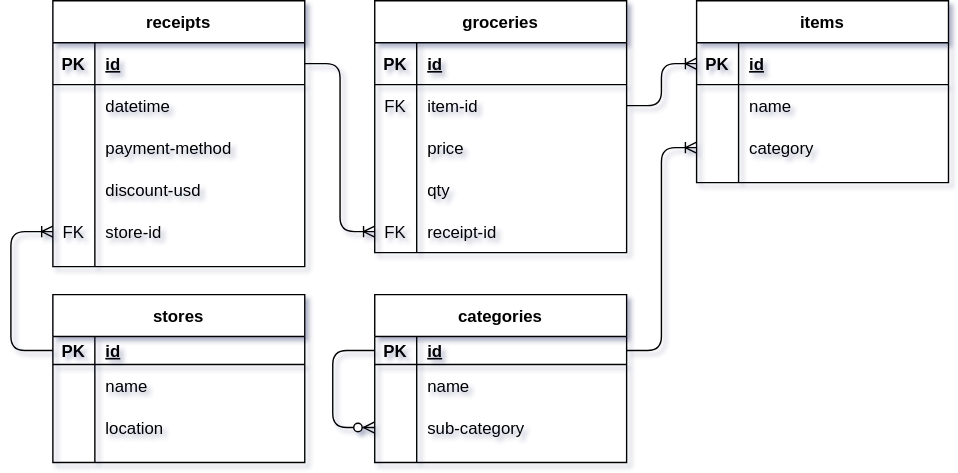
Above: ERD.svg in starbuck93/grocery-purchases-receipts-tracking (draw.io), before the change. Source tidied: cells renumbered, new cells last; positions are measured from the earlier drawing's top-left corner, leaving out a move shared by most shapes. Source of this version:
```xml
<mxGraphModel>
  <root>
    <mxCell id="0" />
    <mxCell id="1" parent="0" />
    <mxCell id="2" style="edgeStyle=elbowEdgeStyle;fontSize=12;html=1;endArrow=ERoneToMany;entryX=0;entryY=0.5;entryDx=0;entryDy=0;" parent="1" edge="1" source="6" target="55">
      <mxGeometry relative="1" as="geometry" />
    </mxCell>
    <mxCell id="3" style="edgeStyle=elbowEdgeStyle;fontSize=12;html=1;endArrow=ERoneToMany;entryX=0;entryY=0.5;entryDx=0;entryDy=0;exitX=0;exitY=0.5;exitDx=0;exitDy=0;" parent="1" edge="1" source="33" target="18">
      <mxGeometry relative="1" as="geometry">
        <Array as="points">
          <mxPoint y="220" />
        </Array>
      </mxGeometry>
    </mxCell>
    <mxCell id="4" style="edgeStyle=elbowEdgeStyle;fontSize=12;html=1;endArrow=ERoneToMany;exitX=1;exitY=0.5;exitDx=0;exitDy=0;" parent="1" edge="1" source="59" target="28">
      <mxGeometry relative="1" as="geometry" />
    </mxCell>
    <mxCell id="5" value="receipts" style="shape=table;startSize=30;rowLines=0;fontStyle=1;align=center;" parent="1" vertex="1">
      <mxGeometry x="30" width="180" height="190" as="geometry" />
    </mxCell>
    <mxCell id="6" style="shape=partialRectangle;fillColor=none;top=0;left=0;bottom=1;right=0;points=[[0,0.5],[1,0.5]];portConstraint=eastwest;" parent="5" vertex="1">
      <mxGeometry y="30" width="180" height="30" as="geometry" />
    </mxCell>
    <mxCell id="7" value="PK" style="shape=partialRectangle;fillColor=none;top=0;left=0;bottom=0;right=0;fontStyle=1;overflow=hidden;" parent="6" vertex="1">
      <mxGeometry width="30" height="30" as="geometry" />
    </mxCell>
    <mxCell id="8" value="id" style="shape=partialRectangle;fillColor=none;top=0;left=0;bottom=0;right=0;align=left;spacingLeft=6;fontStyle=5;overflow=hidden;" parent="6" vertex="1">
      <mxGeometry x="30" width="150" height="30" as="geometry" />
    </mxCell>
    <mxCell id="9" style="shape=partialRectangle;fillColor=none;top=0;left=0;bottom=0;right=0;" parent="5" vertex="1">
      <mxGeometry y="60" width="180" height="30" as="geometry" />
    </mxCell>
    <mxCell id="10" style="shape=partialRectangle;fillColor=none;top=0;left=0;bottom=0;right=0;overflow=hidden;" parent="9" vertex="1">
      <mxGeometry width="30" height="30" as="geometry" />
    </mxCell>
    <mxCell id="11" value="datetime" style="shape=partialRectangle;fillColor=none;top=0;left=0;bottom=0;right=0;align=left;spacingLeft=6;overflow=hidden;" parent="9" vertex="1">
      <mxGeometry x="30" width="150" height="30" as="geometry" />
    </mxCell>
    <mxCell id="12" style="shape=partialRectangle;fillColor=none;top=0;left=0;bottom=0;right=0;" parent="5" vertex="1">
      <mxGeometry y="90" width="180" height="30" as="geometry" />
    </mxCell>
    <mxCell id="13" style="shape=partialRectangle;fillColor=none;top=0;left=0;bottom=0;right=0;overflow=hidden;" parent="12" vertex="1">
      <mxGeometry width="30" height="30" as="geometry" />
    </mxCell>
    <mxCell id="14" value="payment-method" style="shape=partialRectangle;fillColor=none;top=0;left=0;bottom=0;right=0;align=left;spacingLeft=6;overflow=hidden;" parent="12" vertex="1">
      <mxGeometry x="30" width="150" height="30" as="geometry" />
    </mxCell>
    <mxCell id="15" style="shape=partialRectangle;fillColor=none;top=0;left=0;bottom=0;right=0;" parent="5" vertex="1">
      <mxGeometry y="120" width="180" height="30" as="geometry" />
    </mxCell>
    <mxCell id="16" style="shape=partialRectangle;fillColor=none;top=0;left=0;bottom=0;right=0;overflow=hidden;" parent="15" vertex="1">
      <mxGeometry width="30" height="30" as="geometry" />
    </mxCell>
    <mxCell id="17" value="discount-usd" style="shape=partialRectangle;fillColor=none;top=0;left=0;bottom=0;right=0;align=left;spacingLeft=6;overflow=hidden;" parent="15" vertex="1">
      <mxGeometry x="30" width="150" height="30" as="geometry" />
    </mxCell>
    <mxCell id="18" style="shape=partialRectangle;fillColor=none;top=0;left=0;bottom=0;right=0;points=[[0,0.5],[1,0.5]];portConstraint=eastwest;" parent="5" vertex="1">
      <mxGeometry y="150" width="180" height="30" as="geometry" />
    </mxCell>
    <mxCell id="19" value="FK" style="shape=partialRectangle;fillColor=none;top=0;left=0;bottom=0;right=0;fontStyle=0;overflow=hidden;" parent="18" vertex="1">
      <mxGeometry width="30" height="30" as="geometry" />
    </mxCell>
    <mxCell id="20" value="store-id" style="shape=partialRectangle;fillColor=none;top=0;left=0;bottom=0;right=0;align=left;spacingLeft=6;fontStyle=0;overflow=hidden;" parent="18" vertex="1">
      <mxGeometry x="30" width="150" height="30" as="geometry" />
    </mxCell>
    <mxCell id="21" value="items" style="shape=table;startSize=30;rowLines=0;fontStyle=1;align=center;" parent="1" vertex="1">
      <mxGeometry x="490" width="180" height="130" as="geometry" />
    </mxCell>
    <mxCell id="22" style="shape=partialRectangle;fillColor=none;top=0;left=0;bottom=1;right=0;points=[[0,0.5],[1,0.5]];portConstraint=eastwest;" parent="21" vertex="1">
      <mxGeometry y="30" width="180" height="30" as="geometry" />
    </mxCell>
    <mxCell id="23" value="PK" style="shape=partialRectangle;fillColor=none;top=0;left=0;bottom=0;right=0;fontStyle=1;overflow=hidden;" parent="22" vertex="1">
      <mxGeometry width="30" height="30" as="geometry" />
    </mxCell>
    <mxCell id="24" value="id" style="shape=partialRectangle;fillColor=none;top=0;left=0;bottom=0;right=0;align=left;spacingLeft=6;fontStyle=5;overflow=hidden;" parent="22" vertex="1">
      <mxGeometry x="30" width="150" height="30" as="geometry" />
    </mxCell>
    <mxCell id="25" style="shape=partialRectangle;fillColor=none;top=0;left=0;bottom=0;right=0;" parent="21" vertex="1">
      <mxGeometry y="60" width="180" height="30" as="geometry" />
    </mxCell>
    <mxCell id="26" style="shape=partialRectangle;fillColor=none;top=0;left=0;bottom=0;right=0;overflow=hidden;" parent="25" vertex="1">
      <mxGeometry width="30" height="30" as="geometry" />
    </mxCell>
    <mxCell id="27" value="name" style="shape=partialRectangle;fillColor=none;top=0;left=0;bottom=0;right=0;align=left;spacingLeft=6;overflow=hidden;" parent="25" vertex="1">
      <mxGeometry x="30" width="150" height="30" as="geometry" />
    </mxCell>
    <mxCell id="28" style="shape=partialRectangle;fillColor=none;top=0;left=0;bottom=0;right=0;points=[[0,0.5],[1,0.5]];portConstraint=eastwest;" parent="21" vertex="1">
      <mxGeometry y="90" width="180" height="30" as="geometry" />
    </mxCell>
    <mxCell id="29" style="shape=partialRectangle;fillColor=none;top=0;left=0;bottom=0;right=0;overflow=hidden;" parent="28" vertex="1">
      <mxGeometry width="30" height="30" as="geometry" />
    </mxCell>
    <mxCell id="30" value="category" style="shape=partialRectangle;fillColor=none;top=0;left=0;bottom=0;right=0;align=left;spacingLeft=6;overflow=hidden;" parent="28" vertex="1">
      <mxGeometry x="30" width="150" height="30" as="geometry" />
    </mxCell>
    <mxCell id="31" style="edgeStyle=elbowEdgeStyle;rounded=1;jettySize=auto;html=1;exitX=1;exitY=0.5;exitDx=0;exitDy=0;endArrow=ERoneToMany;endFill=0;" parent="1" edge="1" source="46" target="22">
      <mxGeometry relative="1" as="geometry" />
    </mxCell>
    <mxCell id="32" value="stores" style="shape=table;startSize=30;rowLines=0;fontStyle=1;align=center;" parent="1" vertex="1">
      <mxGeometry x="30" y="210" width="180" height="120" as="geometry" />
    </mxCell>
    <mxCell id="33" style="shape=partialRectangle;fillColor=none;top=0;left=0;bottom=1;right=0;points=[[0,0.5],[1,0.5]];portConstraint=eastwest;" parent="32" vertex="1">
      <mxGeometry y="30" width="180" height="20" as="geometry" />
    </mxCell>
    <mxCell id="34" value="PK" style="shape=partialRectangle;fillColor=none;top=0;left=0;bottom=0;right=0;fontStyle=1;overflow=hidden;" parent="33" vertex="1">
      <mxGeometry width="30" height="20" as="geometry" />
    </mxCell>
    <mxCell id="35" value="id" style="shape=partialRectangle;fillColor=none;top=0;left=0;bottom=0;right=0;align=left;spacingLeft=6;fontStyle=5;overflow=hidden;" parent="33" vertex="1">
      <mxGeometry x="30" width="150" height="20" as="geometry" />
    </mxCell>
    <mxCell id="36" style="shape=partialRectangle;fillColor=none;top=0;left=0;bottom=0;right=0;" parent="32" vertex="1">
      <mxGeometry y="50" width="180" height="30" as="geometry" />
    </mxCell>
    <mxCell id="37" style="shape=partialRectangle;fillColor=none;top=0;left=0;bottom=0;right=0;overflow=hidden;" parent="36" vertex="1">
      <mxGeometry width="30" height="30" as="geometry" />
    </mxCell>
    <mxCell id="38" value="name" style="shape=partialRectangle;fillColor=none;top=0;left=0;bottom=0;right=0;align=left;spacingLeft=6;overflow=hidden;" parent="36" vertex="1">
      <mxGeometry x="30" width="150" height="30" as="geometry" />
    </mxCell>
    <mxCell id="39" style="shape=partialRectangle;fillColor=none;top=0;left=0;bottom=0;right=0;" parent="32" vertex="1">
      <mxGeometry y="80" width="180" height="30" as="geometry" />
    </mxCell>
    <mxCell id="40" style="shape=partialRectangle;fillColor=none;top=0;left=0;bottom=0;right=0;overflow=hidden;" parent="39" vertex="1">
      <mxGeometry width="30" height="30" as="geometry" />
    </mxCell>
    <mxCell id="41" value="location" style="shape=partialRectangle;fillColor=none;top=0;left=0;bottom=0;right=0;align=left;spacingLeft=6;overflow=hidden;" parent="39" vertex="1">
      <mxGeometry x="30" width="150" height="30" as="geometry" />
    </mxCell>
    <mxCell id="42" value="groceries" style="shape=table;startSize=30;rowLines=0;fontStyle=1;align=center;" parent="1" vertex="1">
      <mxGeometry x="260" width="180" height="180" as="geometry" />
    </mxCell>
    <mxCell id="43" style="shape=partialRectangle;fillColor=none;top=0;left=0;bottom=1;right=0;" parent="42" vertex="1">
      <mxGeometry y="30" width="180" height="30" as="geometry" />
    </mxCell>
    <mxCell id="44" value="PK" style="shape=partialRectangle;fillColor=none;top=0;left=0;bottom=0;right=0;fontStyle=1;overflow=hidden;" parent="43" vertex="1">
      <mxGeometry width="30" height="30" as="geometry" />
    </mxCell>
    <mxCell id="45" value="id" style="shape=partialRectangle;fillColor=none;top=0;left=0;bottom=0;right=0;align=left;spacingLeft=6;fontStyle=5;overflow=hidden;" parent="43" vertex="1">
      <mxGeometry x="30" width="150" height="30" as="geometry" />
    </mxCell>
    <mxCell id="46" style="shape=partialRectangle;fillColor=none;top=0;left=0;bottom=0;right=0;points=[[0,0.5],[1,0.5]];portConstraint=eastwest;" parent="42" vertex="1">
      <mxGeometry y="60" width="180" height="30" as="geometry" />
    </mxCell>
    <mxCell id="47" value="FK" style="shape=partialRectangle;fillColor=none;top=0;left=0;bottom=0;right=0;fontStyle=0;overflow=hidden;" parent="46" vertex="1">
      <mxGeometry width="30" height="30" as="geometry" />
    </mxCell>
    <mxCell id="48" value="item-id" style="shape=partialRectangle;fillColor=none;top=0;left=0;bottom=0;right=0;align=left;spacingLeft=6;fontStyle=0;overflow=hidden;" parent="46" vertex="1">
      <mxGeometry x="30" width="150" height="30" as="geometry" />
    </mxCell>
    <mxCell id="49" style="shape=partialRectangle;fillColor=none;top=0;left=0;bottom=0;right=0;" parent="42" vertex="1">
      <mxGeometry y="90" width="180" height="30" as="geometry" />
    </mxCell>
    <mxCell id="50" style="shape=partialRectangle;fillColor=none;top=0;left=0;bottom=0;right=0;overflow=hidden;" parent="49" vertex="1">
      <mxGeometry width="30" height="30" as="geometry" />
    </mxCell>
    <mxCell id="51" value="price" style="shape=partialRectangle;fillColor=none;top=0;left=0;bottom=0;right=0;align=left;spacingLeft=6;overflow=hidden;" parent="49" vertex="1">
      <mxGeometry x="30" width="150" height="30" as="geometry" />
    </mxCell>
    <mxCell id="52" style="shape=partialRectangle;fillColor=none;top=0;left=0;bottom=0;right=0;" parent="42" vertex="1">
      <mxGeometry y="120" width="180" height="30" as="geometry" />
    </mxCell>
    <mxCell id="53" style="shape=partialRectangle;fillColor=none;top=0;left=0;bottom=0;right=0;overflow=hidden;" parent="52" vertex="1">
      <mxGeometry width="30" height="30" as="geometry" />
    </mxCell>
    <mxCell id="54" value="qty" style="shape=partialRectangle;fillColor=none;top=0;left=0;bottom=0;right=0;align=left;spacingLeft=6;overflow=hidden;" parent="52" vertex="1">
      <mxGeometry x="30" width="150" height="30" as="geometry" />
    </mxCell>
    <mxCell id="55" style="shape=partialRectangle;fillColor=none;top=0;left=0;bottom=0;right=0;points=[[0,0.5],[1,0.5]];portConstraint=eastwest;" parent="42" vertex="1">
      <mxGeometry y="150" width="180" height="30" as="geometry" />
    </mxCell>
    <mxCell id="56" value="FK" style="shape=partialRectangle;fillColor=none;top=0;left=0;bottom=0;right=0;fontStyle=0;overflow=hidden;" parent="55" vertex="1">
      <mxGeometry width="30" height="30" as="geometry" />
    </mxCell>
    <mxCell id="57" value="receipt-id" style="shape=partialRectangle;fillColor=none;top=0;left=0;bottom=0;right=0;align=left;spacingLeft=6;fontStyle=0;overflow=hidden;" parent="55" vertex="1">
      <mxGeometry x="30" width="150" height="30" as="geometry" />
    </mxCell>
    <mxCell id="58" value="categories" style="shape=table;startSize=30;rowLines=0;fontStyle=1;align=center;" parent="1" vertex="1">
      <mxGeometry x="260" y="210" width="180" height="120" as="geometry" />
    </mxCell>
    <mxCell id="59" style="shape=partialRectangle;fillColor=none;top=0;left=0;bottom=1;right=0;points=[[0,0.5],[1,0.5]];portConstraint=eastwest;" parent="58" vertex="1">
      <mxGeometry y="30" width="180" height="20" as="geometry" />
    </mxCell>
    <mxCell id="60" value="PK" style="shape=partialRectangle;fillColor=none;top=0;left=0;bottom=0;right=0;fontStyle=1;overflow=hidden;" parent="59" vertex="1">
      <mxGeometry width="30" height="20" as="geometry" />
    </mxCell>
    <mxCell id="61" value="id" style="shape=partialRectangle;fillColor=none;top=0;left=0;bottom=0;right=0;align=left;spacingLeft=6;fontStyle=5;overflow=hidden;" parent="59" vertex="1">
      <mxGeometry x="30" width="150" height="20" as="geometry" />
    </mxCell>
    <mxCell id="62" style="shape=partialRectangle;fillColor=none;top=0;left=0;bottom=0;right=0;" parent="58" vertex="1">
      <mxGeometry y="50" width="180" height="30" as="geometry" />
    </mxCell>
    <mxCell id="63" style="shape=partialRectangle;fillColor=none;top=0;left=0;bottom=0;right=0;overflow=hidden;" parent="62" vertex="1">
      <mxGeometry width="30" height="30" as="geometry" />
    </mxCell>
    <mxCell id="64" value="name" style="shape=partialRectangle;fillColor=none;top=0;left=0;bottom=0;right=0;align=left;spacingLeft=6;overflow=hidden;" parent="62" vertex="1">
      <mxGeometry x="30" width="150" height="30" as="geometry" />
    </mxCell>
    <mxCell id="65" style="shape=partialRectangle;fillColor=none;top=0;left=0;bottom=0;right=0;points=[[0,0.5],[1,0.5]];portConstraint=eastwest;" parent="58" vertex="1">
      <mxGeometry y="80" width="180" height="30" as="geometry" />
    </mxCell>
    <mxCell id="66" style="shape=partialRectangle;fillColor=none;top=0;left=0;bottom=0;right=0;overflow=hidden;" parent="65" vertex="1">
      <mxGeometry width="30" height="30" as="geometry" />
    </mxCell>
    <mxCell id="67" value="sub-category" style="shape=partialRectangle;fillColor=none;top=0;left=0;bottom=0;right=0;align=left;spacingLeft=6;overflow=hidden;" parent="65" vertex="1">
      <mxGeometry x="30" width="150" height="30" as="geometry" />
    </mxCell>
    <mxCell id="68" style="edgeStyle=elbowEdgeStyle;fontSize=12;html=1;endArrow=ERzeroToMany;endFill=1;entryX=0;entryY=0.5;entryDx=0;entryDy=0;exitX=0;exitY=0.5;exitDx=0;exitDy=0;" parent="58" edge="1" source="59" target="65">
      <mxGeometry relative="1" as="geometry">
        <Array as="points">
          <mxPoint x="-30" y="70" />
          <mxPoint x="-50" y="68" />
        </Array>
      </mxGeometry>
    </mxCell>
  </root>
</mxGraphModel>
```
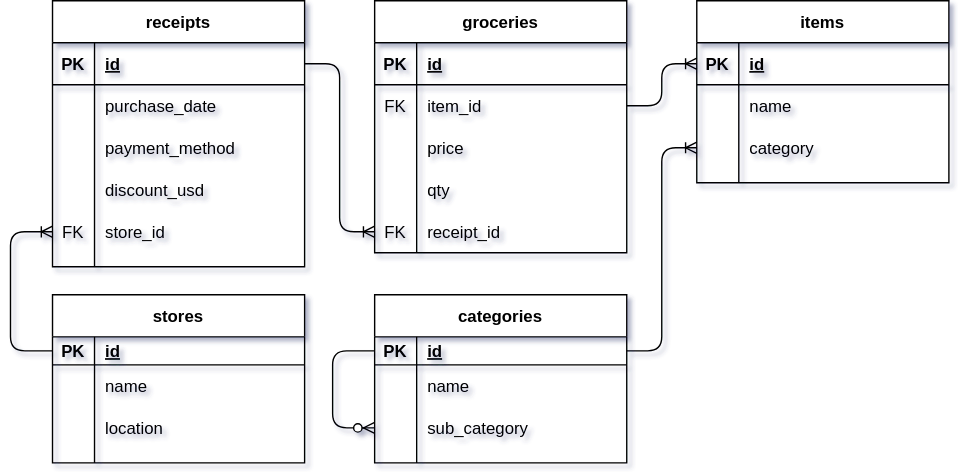
Above is the later version.

Change to the diagram source:
```diff
@@ -33,7 +33,7 @@
     <mxCell id="10" style="shape=partialRectangle;fillColor=none;top=0;left=0;bottom=0;right=0;overflow=hidden;" parent="9" vertex="1">
       <mxGeometry width="30" height="30" as="geometry" />
     </mxCell>
-    <mxCell id="11" value="datetime" style="shape=partialRectangle;fillColor=none;top=0;left=0;bottom=0;right=0;align=left;spacingLeft=6;overflow=hidden;" parent="9" vertex="1">
+    <mxCell id="11" value="purchase_date" style="shape=partialRectangle;fillColor=none;top=0;left=0;bottom=0;right=0;align=left;spacingLeft=6;overflow=hidden;" parent="9" vertex="1">
       <mxGeometry x="30" width="150" height="30" as="geometry" />
     </mxCell>
     <mxCell id="12" style="shape=partialRectangle;fillColor=none;top=0;left=0;bottom=0;right=0;" parent="5" vertex="1">
@@ -42,7 +42,7 @@
     <mxCell id="13" style="shape=partialRectangle;fillColor=none;top=0;left=0;bottom=0;right=0;overflow=hidden;" parent="12" vertex="1">
       <mxGeometry width="30" height="30" as="geometry" />
     </mxCell>
-    <mxCell id="14" value="payment-method" style="shape=partialRectangle;fillColor=none;top=0;left=0;bottom=0;right=0;align=left;spacingLeft=6;overflow=hidden;" parent="12" vertex="1">
+    <mxCell id="14" value="payment_method" style="shape=partialRectangle;fillColor=none;top=0;left=0;bottom=0;right=0;align=left;spacingLeft=6;overflow=hidden;" parent="12" vertex="1">
       <mxGeometry x="30" width="150" height="30" as="geometry" />
     </mxCell>
     <mxCell id="15" style="shape=partialRectangle;fillColor=none;top=0;left=0;bottom=0;right=0;" parent="5" vertex="1">
@@ -51,7 +51,7 @@
     <mxCell id="16" style="shape=partialRectangle;fillColor=none;top=0;left=0;bottom=0;right=0;overflow=hidden;" parent="15" vertex="1">
       <mxGeometry width="30" height="30" as="geometry" />
     </mxCell>
-    <mxCell id="17" value="discount-usd" style="shape=partialRectangle;fillColor=none;top=0;left=0;bottom=0;right=0;align=left;spacingLeft=6;overflow=hidden;" parent="15" vertex="1">
+    <mxCell id="17" value="discount_usd" style="shape=partialRectangle;fillColor=none;top=0;left=0;bottom=0;right=0;align=left;spacingLeft=6;overflow=hidden;" parent="15" vertex="1">
       <mxGeometry x="30" width="150" height="30" as="geometry" />
     </mxCell>
     <mxCell id="18" style="shape=partialRectangle;fillColor=none;top=0;left=0;bottom=0;right=0;points=[[0,0.5],[1,0.5]];portConstraint=eastwest;" parent="5" vertex="1">
@@ -60,7 +60,7 @@
     <mxCell id="19" value="FK" style="shape=partialRectangle;fillColor=none;top=0;left=0;bottom=0;right=0;fontStyle=0;overflow=hidden;" parent="18" vertex="1">
       <mxGeometry width="30" height="30" as="geometry" />
     </mxCell>
-    <mxCell id="20" value="store-id" style="shape=partialRectangle;fillColor=none;top=0;left=0;bottom=0;right=0;align=left;spacingLeft=6;fontStyle=0;overflow=hidden;" parent="18" vertex="1">
+    <mxCell id="20" value="store_id" style="shape=partialRectangle;fillColor=none;top=0;left=0;bottom=0;right=0;align=left;spacingLeft=6;fontStyle=0;overflow=hidden;" parent="18" vertex="1">
       <mxGeometry x="30" width="150" height="30" as="geometry" />
     </mxCell>
     <mxCell id="21" value="items" style="shape=table;startSize=30;rowLines=0;fontStyle=1;align=center;" parent="1" vertex="1">
@@ -144,7 +144,7 @@
     <mxCell id="47" value="FK" style="shape=partialRectangle;fillColor=none;top=0;left=0;bottom=0;right=0;fontStyle=0;overflow=hidden;" parent="46" vertex="1">
       <mxGeometry width="30" height="30" as="geometry" />
     </mxCell>
-    <mxCell id="48" value="item-id" style="shape=partialRectangle;fillColor=none;top=0;left=0;bottom=0;right=0;align=left;spacingLeft=6;fontStyle=0;overflow=hidden;" parent="46" vertex="1">
+    <mxCell id="48" value="item_id" style="shape=partialRectangle;fillColor=none;top=0;left=0;bottom=0;right=0;align=left;spacingLeft=6;fontStyle=0;overflow=hidden;" parent="46" vertex="1">
       <mxGeometry x="30" width="150" height="30" as="geometry" />
     </mxCell>
     <mxCell id="49" style="shape=partialRectangle;fillColor=none;top=0;left=0;bottom=0;right=0;" parent="42" vertex="1">
@@ -171,7 +171,7 @@
     <mxCell id="56" value="FK" style="shape=partialRectangle;fillColor=none;top=0;left=0;bottom=0;right=0;fontStyle=0;overflow=hidden;" parent="55" vertex="1">
       <mxGeometry width="30" height="30" as="geometry" />
     </mxCell>
-    <mxCell id="57" value="receipt-id" style="shape=partialRectangle;fillColor=none;top=0;left=0;bottom=0;right=0;align=left;spacingLeft=6;fontStyle=0;overflow=hidden;" parent="55" vertex="1">
+    <mxCell id="57" value="receipt_id" style="shape=partialRectangle;fillColor=none;top=0;left=0;bottom=0;right=0;align=left;spacingLeft=6;fontStyle=0;overflow=hidden;" parent="55" vertex="1">
       <mxGeometry x="30" width="150" height="30" as="geometry" />
     </mxCell>
     <mxCell id="58" value="categories" style="shape=table;startSize=30;rowLines=0;fontStyle=1;align=center;" parent="1" vertex="1">
@@ -201,7 +201,7 @@
     <mxCell id="66" style="shape=partialRectangle;fillColor=none;top=0;left=0;bottom=0;right=0;overflow=hidden;" parent="65" vertex="1">
       <mxGeometry width="30" height="30" as="geometry" />
     </mxCell>
-    <mxCell id="67" value="sub-category" style="shape=partialRectangle;fillColor=none;top=0;left=0;bottom=0;right=0;align=left;spacingLeft=6;overflow=hidden;" parent="65" vertex="1">
+    <mxCell id="67" value="sub_category" style="shape=partialRectangle;fillColor=none;top=0;left=0;bottom=0;right=0;align=left;spacingLeft=6;overflow=hidden;" parent="65" vertex="1">
       <mxGeometry x="30" width="150" height="30" as="geometry" />
     </mxCell>
     <mxCell id="68" style="edgeStyle=elbowEdgeStyle;fontSize=12;html=1;endArrow=ERzeroToMany;endFill=1;entryX=0;entryY=0.5;entryDx=0;entryDy=0;exitX=0;exitY=0.5;exitDx=0;exitDy=0;" parent="58" edge="1" source="59" target="65">
```
